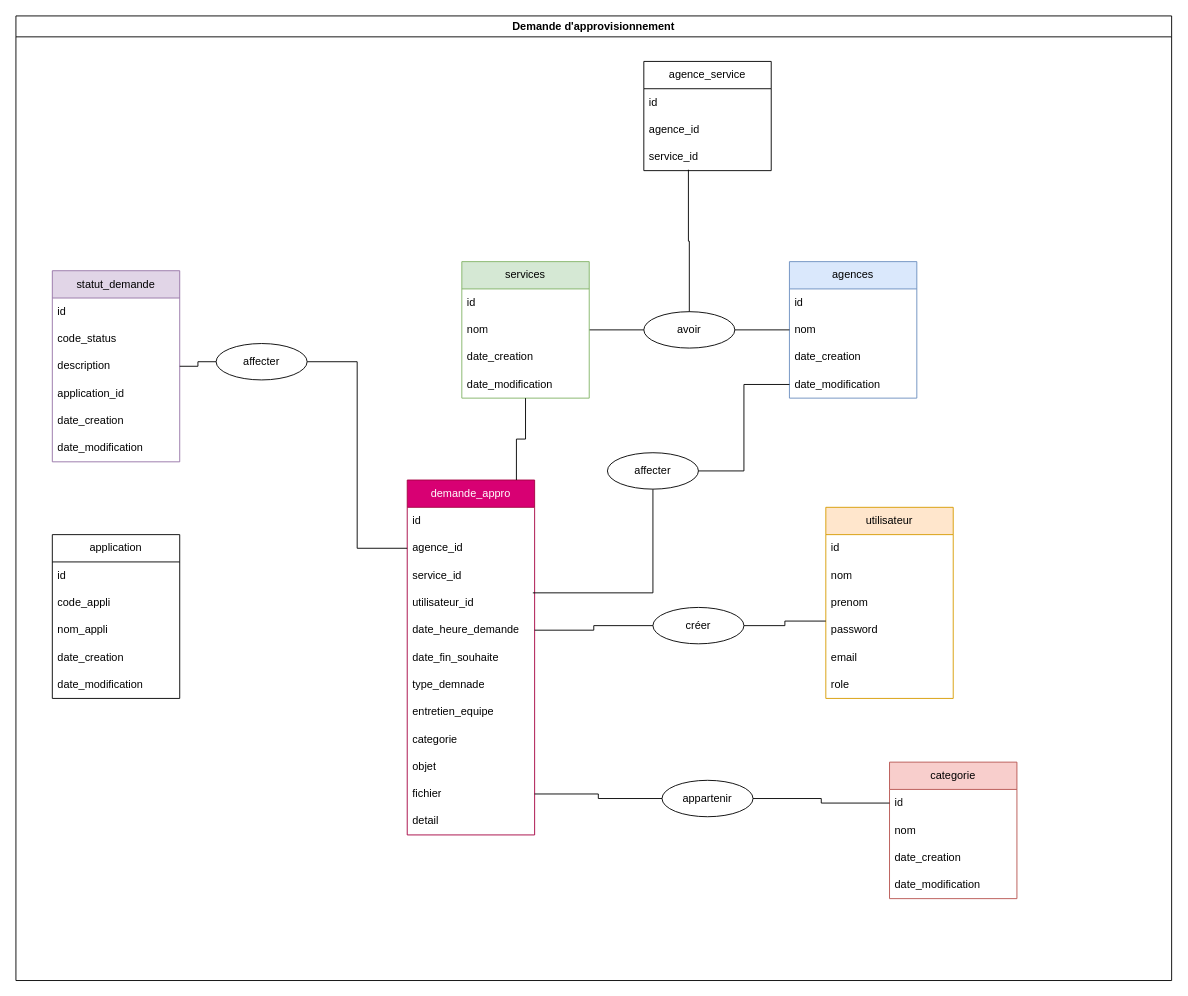
Above: autreFichier/Diagramme sans nom.drawio in Andryrkt/projetMahasambatra (draw.io), before the change. Source tidied: cells renumbered, new cells numbered last; positions are measured from the earlier drawing's top-left corner, leaving out a move shared by most shapes. Both pictures are drawn from the tidied source at 91%, with x=0, y=0 at pixel (15, 15).
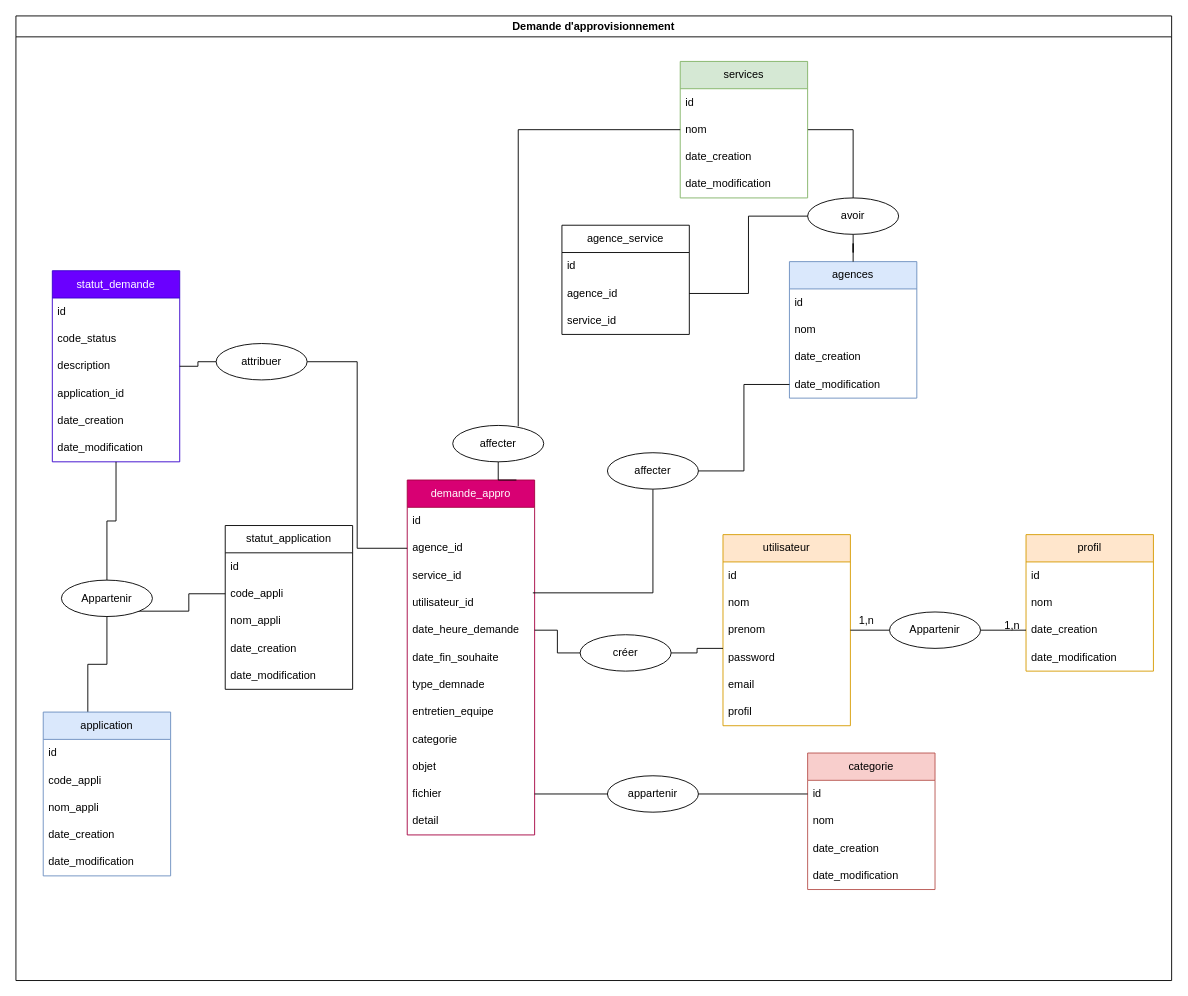
The same page after the edit.

Commit message:
mise en place des relation

Unchanged cells that the change refers to:
```xml
<mxCell id="2" value="Demande d'approvisionnement" style="swimlane;whiteSpace=wrap;html=1;" parent="1" vertex="1">
  <mxGeometry width="1270" height="1060" as="geometry" />
</mxCell>
<mxCell id="3" value="&lt;p class=&quot;MsoNormal&quot;&gt;&lt;span lang=&quot;FR&quot;&gt;demande_appro&lt;/span&gt;&lt;/p&gt;" style="swimlane;fontStyle=0;horizontal=1;startSize=30;whiteSpace=wrap;html=1;fillColor=#d80073;fontColor=#ffffff;strokeColor=#A50040;" parent="2" vertex="1">
  <mxGeometry x="430" y="510" width="140" height="390" as="geometry" />
</mxCell>
<mxCell id="14" value="fichier" style="text;strokeColor=none;fillColor=none;align=left;verticalAlign=middle;spacingLeft=4;spacingRight=4;overflow=hidden;points=[[0,0.5],[1,0.5]];portConstraint=eastwest;whiteSpace=wrap;html=1;" parent="3" vertex="1">
  <mxGeometry y="330" width="140" height="30" as="geometry" />
</mxCell>
<mxCell id="26" value="prenom" style="text;strokeColor=none;fillColor=none;align=left;verticalAlign=middle;spacingLeft=4;spacingRight=4;overflow=hidden;points=[[0,0.5],[1,0.5]];portConstraint=eastwest;whiteSpace=wrap;html=1;" parent="23" vertex="1">
  <mxGeometry y="90" width="140" height="30" as="geometry" />
</mxCell>
<mxCell id="31" value="&lt;p class=&quot;MsoNormal&quot;&gt;&lt;span lang=&quot;FR&quot;&gt;agences&lt;/span&gt;&lt;/p&gt;" style="swimlane;fontStyle=0;horizontal=1;startSize=30;whiteSpace=wrap;html=1;fillColor=#dae8fc;strokeColor=#6c8ebf;" parent="2" vertex="1">
  <mxGeometry x="850" y="270" width="140" height="150" as="geometry" />
</mxCell>
<mxCell id="57" value="agence_id" style="text;strokeColor=none;fillColor=none;align=left;verticalAlign=middle;spacingLeft=4;spacingRight=4;overflow=hidden;points=[[0,0.5],[1,0.5]];portConstraint=eastwest;whiteSpace=wrap;html=1;" parent="55" vertex="1">
  <mxGeometry y="60" width="140" height="30" as="geometry" />
</mxCell>
<mxCell id="58" value="service_id" style="text;strokeColor=none;fillColor=none;align=left;verticalAlign=middle;spacingLeft=4;spacingRight=4;overflow=hidden;points=[[0,0.5],[1,0.5]];portConstraint=eastwest;whiteSpace=wrap;html=1;" parent="55" vertex="1">
  <mxGeometry y="90" width="140" height="30" as="geometry" />
</mxCell>
<mxCell id="65" value="id" style="text;strokeColor=none;fillColor=none;align=left;verticalAlign=middle;spacingLeft=4;spacingRight=4;overflow=hidden;points=[[0,0.5],[1,0.5]];portConstraint=eastwest;whiteSpace=wrap;html=1;" parent="64" vertex="1">
  <mxGeometry y="30" width="140" height="30" as="geometry" />
</mxCell>
```

Change to the diagram source:
```diff
@@
+    <mxCell id="72" style="edgeStyle=orthogonalEdgeStyle;rounded=0;jettySize=auto;html=1;entryX=0.35;entryY=0.022;entryDx=0;entryDy=0;endArrow=none;endFill=0;entryPerimeter=0;" parent="2" edge="1" source="77" target="41">
+      <mxGeometry relative="1" as="geometry" />
+    </mxCell>
-    <mxCell id="16" value="&lt;p class=&quot;MsoNormal&quot;&gt;&lt;span lang=&quot;FR&quot;&gt;statut_demande&lt;/span&gt;&lt;/p&gt;" style="swimlane;fontStyle=0;horizontal=1;startSize=30;whiteSpace=wrap;html=1;fillColor=#e1d5e7;strokeColor=#9673a6;" parent="2" vertex="1">
+    <mxCell id="16" value="&lt;p class=&quot;MsoNormal&quot;&gt;&lt;span lang=&quot;FR&quot;&gt;statut_demande&lt;/span&gt;&lt;/p&gt;" style="swimlane;fontStyle=0;horizontal=1;startSize=30;whiteSpace=wrap;html=1;fillColor=#6a00ff;strokeColor=#3700CC;fontColor=#ffffff;" parent="2" vertex="1">
       <mxGeometry x="40" y="280" width="140" height="210" as="geometry" />
     </mxCell>
@@
     <mxCell id="23" value="&lt;p class=&quot;MsoNormal&quot;&gt;&lt;span lang=&quot;FR&quot;&gt;utilisateur&lt;/span&gt;&lt;/p&gt;" style="swimlane;fontStyle=0;horizontal=1;startSize=30;whiteSpace=wrap;html=1;fillColor=#ffe6cc;strokeColor=#d79b00;" parent="2" vertex="1">
-      <mxGeometry x="890" y="540" width="140" height="210" as="geometry" />
+      <mxGeometry x="777" y="570" width="140" height="210" as="geometry" />
     </mxCell>
@@
-    <mxCell id="29" value="role" style="text;strokeColor=none;fillColor=none;align=left;verticalAlign=middle;spacingLeft=4;spacingRight=4;overflow=hidden;whiteSpace=wrap;html=1;" parent="23" vertex="1">
+    <mxCell id="29" value="profil" style="text;strokeColor=none;fillColor=none;align=left;verticalAlign=middle;spacingLeft=4;spacingRight=4;overflow=hidden;whiteSpace=wrap;html=1;" parent="23" vertex="1">
       <mxGeometry y="180" width="140" height="30" as="geometry" />
     </mxCell>
@@
     <mxCell id="36" value="&lt;p class=&quot;MsoNormal&quot;&gt;&lt;span lang=&quot;FR&quot;&gt;services&lt;/span&gt;&lt;/p&gt;" style="swimlane;fontStyle=0;horizontal=1;startSize=30;whiteSpace=wrap;html=1;fillColor=#d5e8d4;strokeColor=#82b366;" parent="2" vertex="1">
-      <mxGeometry x="490" y="270" width="140" height="150" as="geometry" />
+      <mxGeometry x="730" y="50" width="140" height="150" as="geometry" />
     </mxCell>
@@
-    <mxCell id="41" value="&lt;p class=&quot;MsoNormal&quot;&gt;&lt;span lang=&quot;FR&quot;&gt;application&lt;/span&gt;&lt;/p&gt;" style="swimlane;fontStyle=0;horizontal=1;startSize=30;whiteSpace=wrap;html=1;" parent="2" vertex="1">
-      <mxGeometry x="40" y="570" width="140" height="180" as="geometry" />
-    </mxCell>
-    <mxCell id="42" value="id" style="text;strokeColor=none;fillColor=none;align=left;verticalAlign=middle;spacingLeft=4;spacingRight=4;overflow=hidden;whiteSpace=wrap;html=1;" parent="41" vertex="1">
-      <mxGeometry y="30" width="140" height="30" as="geometry" />
-    </mxCell>
-    <mxCell id="43" value="code_appli" style="text;strokeColor=none;fillColor=none;align=left;verticalAlign=middle;spacingLeft=4;spacingRight=4;overflow=hidden;whiteSpace=wrap;html=1;" parent="41" vertex="1">
-      <mxGeometry y="60" width="140" height="30" as="geometry" />
-    </mxCell>
-    <mxCell id="44" value="nom_appli" style="text;strokeColor=none;fillColor=none;align=left;verticalAlign=middle;spacingLeft=4;spacingRight=4;overflow=hidden;whiteSpace=wrap;html=1;" parent="41" vertex="1">
-      <mxGeometry y="90" width="140" height="30" as="geometry" />
-    </mxCell>
-    <mxCell id="45" value="date_creation" style="text;strokeColor=none;fillColor=none;align=left;verticalAlign=middle;spacingLeft=4;spacingRight=4;overflow=hidden;whiteSpace=wrap;html=1;" parent="41" vertex="1">
-      <mxGeometry y="120" width="140" height="30" as="geometry" />
-    </mxCell>
-    <mxCell id="46" value="date_modification" style="text;strokeColor=none;fillColor=none;align=left;verticalAlign=middle;spacingLeft=4;spacingRight=4;overflow=hidden;whiteSpace=wrap;html=1;" parent="41" vertex="1">
-      <mxGeometry y="150" width="140" height="30" as="geometry" />
-    </mxCell>
-    <mxCell id="47" style="edgeStyle=orthogonalEdgeStyle;rounded=0;jettySize=auto;html=1;entryX=1;entryY=0.5;entryDx=0;entryDy=0;endArrow=none;endFill=0;" parent="2" edge="1" source="31" target="48">
+    <mxCell id="47" style="edgeStyle=orthogonalEdgeStyle;rounded=0;jettySize=auto;html=1;entryX=0.5;entryY=1;entryDx=0;entryDy=0;endArrow=none;endFill=0;" parent="2" edge="1" source="31" target="48">
       <mxGeometry relative="1" as="geometry" />
     </mxCell>
     <mxCell id="48" value="avoir" style="ellipse;whiteSpace=wrap;html=1;align=center;" parent="2" vertex="1">
-      <mxGeometry x="690" y="325" width="100" height="40" as="geometry" />
+      <mxGeometry x="870" y="200" width="100" height="40" as="geometry" />
     </mxCell>
@@
-    <mxCell id="51" value="affecter" style="ellipse;whiteSpace=wrap;html=1;align=center;" parent="2" vertex="1">
+    <mxCell id="51" value="attribuer" style="ellipse;whiteSpace=wrap;html=1;align=center;" parent="2" vertex="1">
       <mxGeometry x="220" y="360" width="100" height="40" as="geometry" />
     </mxCell>
@@
     <mxCell id="54" value="créer" style="ellipse;whiteSpace=wrap;html=1;align=center;" parent="2" vertex="1">
-      <mxGeometry x="700" y="650" width="100" height="40" as="geometry" />
+      <mxGeometry x="620" y="680" width="100" height="40" as="geometry" />
     </mxCell>
     <mxCell id="55" value="&lt;p class=&quot;MsoNormal&quot;&gt;&lt;span lang=&quot;FR&quot;&gt;agence_service&lt;/span&gt;&lt;/p&gt;" style="swimlane;fontStyle=0;horizontal=1;startSize=30;whiteSpace=wrap;html=1;" parent="2" vertex="1">
-      <mxGeometry x="690" y="50" width="140" height="120" as="geometry" />
+      <mxGeometry x="600" y="230" width="140" height="120" as="geometry" />
     </mxCell>
@@
-    <mxCell id="59" style="edgeStyle=orthogonalEdgeStyle;rounded=0;jettySize=auto;html=1;exitX=0.5;exitY=0;exitDx=0;exitDy=0;entryX=0.35;entryY=0.967;entryDx=0;entryDy=0;entryPerimeter=0;endArrow=none;endFill=0;" parent="2" edge="1" source="48" target="58">
+    <mxCell id="59" style="edgeStyle=orthogonalEdgeStyle;rounded=0;jettySize=auto;html=1;exitX=0;exitY=0.5;exitDx=0;exitDy=0;entryX=1;entryY=0.5;entryDx=0;entryDy=0;endArrow=none;endFill=0;" parent="2" edge="1" source="48" target="57">
       <mxGeometry relative="1" as="geometry" />
     </mxCell>
@@
-    <mxCell id="63" style="edgeStyle=orthogonalEdgeStyle;rounded=0;jettySize=auto;html=1;entryX=0.857;entryY=0;entryDx=0;entryDy=0;entryPerimeter=0;endArrow=none;endFill=0;" parent="2" edge="1" source="36" target="3">
+    <mxCell id="63" style="edgeStyle=orthogonalEdgeStyle;rounded=0;jettySize=auto;html=1;entryX=0.857;entryY=0;entryDx=0;entryDy=0;entryPerimeter=0;endArrow=none;endFill=0;" parent="2" edge="1" source="73" target="3">
       <mxGeometry relative="1" as="geometry" />
     </mxCell>
+    <mxCell id="73" value="affecter" style="ellipse;whiteSpace=wrap;html=1;align=center;" parent="2" vertex="1">
+      <mxGeometry x="480" y="450" width="100" height="40" as="geometry" />
+    </mxCell>
+    <mxCell id="74" style="edgeStyle=orthogonalEdgeStyle;rounded=0;jettySize=auto;html=1;entryX=0.72;entryY=0.025;entryDx=0;entryDy=0;entryPerimeter=0;endArrow=none;endFill=0;" parent="2" edge="1" source="36" target="73">
+      <mxGeometry relative="1" as="geometry" />
+    </mxCell>
+    <mxCell id="75" style="edgeStyle=orthogonalEdgeStyle;rounded=0;jettySize=auto;html=1;entryX=0.5;entryY=0;entryDx=0;entryDy=0;endArrow=none;endFill=0;" parent="2" edge="1" source="16" target="77">
+      <mxGeometry relative="1" as="geometry" />
+    </mxCell>
+    <mxCell id="76" style="edgeStyle=orthogonalEdgeStyle;rounded=0;jettySize=auto;html=1;exitX=0;exitY=1;exitDx=0;exitDy=0;entryX=0;entryY=0.5;entryDx=0;entryDy=0;endArrow=none;endFill=0;" parent="2" edge="1" source="77" target="80">
+      <mxGeometry relative="1" as="geometry" />
+    </mxCell>
+    <mxCell id="77" value="Appartenir" style="ellipse;whiteSpace=wrap;html=1;align=center;" parent="2" vertex="1">
+      <mxGeometry x="50" y="620" width="100" height="40" as="geometry" />
+    </mxCell>
+    <mxCell id="78" value="&lt;p class=&quot;MsoNormal&quot;&gt;&lt;span lang=&quot;FR&quot;&gt;statut_application&lt;/span&gt;&lt;/p&gt;" style="swimlane;fontStyle=0;horizontal=1;startSize=30;whiteSpace=wrap;html=1;" parent="2" vertex="1">
+      <mxGeometry x="230" y="560" width="140" height="180" as="geometry" />
+    </mxCell>
+    <mxCell id="79" value="id" style="text;strokeColor=none;fillColor=none;align=left;verticalAlign=middle;spacingLeft=4;spacingRight=4;overflow=hidden;whiteSpace=wrap;html=1;" parent="78" vertex="1">
+      <mxGeometry y="30" width="140" height="30" as="geometry" />
+    </mxCell>
+    <mxCell id="80" value="code_appli" style="text;strokeColor=none;fillColor=none;align=left;verticalAlign=middle;spacingLeft=4;spacingRight=4;overflow=hidden;points=[[0,0.5],[1,0.5]];portConstraint=eastwest;whiteSpace=wrap;html=1;" parent="78" vertex="1">
+      <mxGeometry y="60" width="140" height="30" as="geometry" />
+    </mxCell>
+    <mxCell id="81" value="nom_appli" style="text;strokeColor=none;fillColor=none;align=left;verticalAlign=middle;spacingLeft=4;spacingRight=4;overflow=hidden;whiteSpace=wrap;html=1;" parent="78" vertex="1">
+      <mxGeometry y="90" width="140" height="30" as="geometry" />
+    </mxCell>
+    <mxCell id="82" value="date_creation" style="text;strokeColor=none;fillColor=none;align=left;verticalAlign=middle;spacingLeft=4;spacingRight=4;overflow=hidden;whiteSpace=wrap;html=1;" parent="78" vertex="1">
+      <mxGeometry y="120" width="140" height="30" as="geometry" />
+    </mxCell>
+    <mxCell id="83" value="date_modification" style="text;strokeColor=none;fillColor=none;align=left;verticalAlign=middle;spacingLeft=4;spacingRight=4;overflow=hidden;whiteSpace=wrap;html=1;" parent="78" vertex="1">
+      <mxGeometry y="150" width="140" height="30" as="geometry" />
+    </mxCell>
+    <mxCell id="70" value="appartenir" style="ellipse;whiteSpace=wrap;html=1;align=center;" parent="2" vertex="1">
+      <mxGeometry x="650" y="835" width="100" height="40" as="geometry" />
+    </mxCell>
+    <mxCell id="71" style="edgeStyle=orthogonalEdgeStyle;rounded=0;jettySize=auto;html=1;entryX=0;entryY=0.5;entryDx=0;entryDy=0;endArrow=none;endFill=0;exitX=1;exitY=0.5;exitDx=0;exitDy=0;" parent="2" edge="1" source="14" target="70">
+      <mxGeometry relative="1" as="geometry" />
+    </mxCell>
-    <mxCell id="64" value="&lt;p class=&quot;MsoNormal&quot;&gt;&lt;span lang=&quot;FR&quot;&gt;categorie&lt;/span&gt;&lt;/p&gt;" style="swimlane;fontStyle=0;horizontal=1;startSize=30;whiteSpace=wrap;html=1;fillColor=#f8cecc;strokeColor=#b85450;" parent="1" vertex="1">
-      <mxGeometry x="960" y="820" width="140" height="150" as="geometry" />
+    <mxCell id="64" value="&lt;p class=&quot;MsoNormal&quot;&gt;&lt;span lang=&quot;FR&quot;&gt;categorie&lt;/span&gt;&lt;/p&gt;" style="swimlane;fontStyle=0;horizontal=1;startSize=30;whiteSpace=wrap;html=1;fillColor=#f8cecc;strokeColor=#b85450;" parent="2" vertex="1">
+      <mxGeometry x="870" y="810" width="140" height="150" as="geometry" />
     </mxCell>
@@
-    <mxCell id="69" style="edgeStyle=orthogonalEdgeStyle;rounded=0;jettySize=auto;html=1;entryX=0;entryY=0.5;entryDx=0;entryDy=0;endArrow=none;endFill=0;" parent="1" edge="1" source="70" target="65">
+    <mxCell id="69" style="edgeStyle=orthogonalEdgeStyle;rounded=0;jettySize=auto;html=1;entryX=0;entryY=0.5;entryDx=0;entryDy=0;endArrow=none;endFill=0;" parent="2" edge="1" source="70" target="65">
       <mxGeometry relative="1" as="geometry" />
     </mxCell>
-    <mxCell id="70" value="appartenir" style="ellipse;whiteSpace=wrap;html=1;align=center;" parent="1" vertex="1">
-      <mxGeometry x="710" y="840" width="100" height="40" as="geometry" />
-    </mxCell>
-    <mxCell id="71" style="edgeStyle=orthogonalEdgeStyle;rounded=0;jettySize=auto;html=1;entryX=0;entryY=0.5;entryDx=0;entryDy=0;endArrow=none;endFill=0;exitX=1;exitY=0.5;exitDx=0;exitDy=0;" parent="1" edge="1" source="14" target="70">
-      <mxGeometry relative="1" as="geometry" />
-    </mxCell>
+    <mxCell id="41" value="&lt;p class=&quot;MsoNormal&quot;&gt;&lt;span lang=&quot;FR&quot;&gt;application&lt;/span&gt;&lt;/p&gt;" style="swimlane;fontStyle=0;horizontal=1;startSize=30;whiteSpace=wrap;html=1;fillColor=#dae8fc;strokeColor=#6c8ebf;" parent="2" vertex="1">
+      <mxGeometry x="30" y="765" width="140" height="180" as="geometry" />
+    </mxCell>
+    <mxCell id="42" value="id" style="text;strokeColor=none;fillColor=none;align=left;verticalAlign=middle;spacingLeft=4;spacingRight=4;overflow=hidden;whiteSpace=wrap;html=1;" parent="41" vertex="1">
+      <mxGeometry y="30" width="140" height="30" as="geometry" />
+    </mxCell>
+    <mxCell id="43" value="code_appli" style="text;strokeColor=none;fillColor=none;align=left;verticalAlign=middle;spacingLeft=4;spacingRight=4;overflow=hidden;whiteSpace=wrap;html=1;" parent="41" vertex="1">
+      <mxGeometry y="60" width="140" height="30" as="geometry" />
+    </mxCell>
+    <mxCell id="44" value="nom_appli" style="text;strokeColor=none;fillColor=none;align=left;verticalAlign=middle;spacingLeft=4;spacingRight=4;overflow=hidden;whiteSpace=wrap;html=1;" parent="41" vertex="1">
+      <mxGeometry y="90" width="140" height="30" as="geometry" />
+    </mxCell>
+    <mxCell id="45" value="date_creation" style="text;strokeColor=none;fillColor=none;align=left;verticalAlign=middle;spacingLeft=4;spacingRight=4;overflow=hidden;whiteSpace=wrap;html=1;" parent="41" vertex="1">
+      <mxGeometry y="120" width="140" height="30" as="geometry" />
+    </mxCell>
+    <mxCell id="46" value="date_modification" style="text;strokeColor=none;fillColor=none;align=left;verticalAlign=middle;spacingLeft=4;spacingRight=4;overflow=hidden;whiteSpace=wrap;html=1;" parent="41" vertex="1">
+      <mxGeometry y="150" width="140" height="30" as="geometry" />
+    </mxCell>
+    <mxCell id="84" value="&lt;p class=&quot;MsoNormal&quot;&gt;&lt;span lang=&quot;FR&quot;&gt;profil&lt;/span&gt;&lt;/p&gt;" style="swimlane;fontStyle=0;horizontal=1;startSize=30;whiteSpace=wrap;html=1;fillColor=#ffe6cc;strokeColor=#d79b00;" parent="2" vertex="1">
+      <mxGeometry x="1110" y="570" width="140" height="150" as="geometry" />
+    </mxCell>
+    <mxCell id="85" value="id" style="text;strokeColor=none;fillColor=none;align=left;verticalAlign=middle;spacingLeft=4;spacingRight=4;overflow=hidden;whiteSpace=wrap;html=1;" parent="84" vertex="1">
+      <mxGeometry y="30" width="140" height="30" as="geometry" />
+    </mxCell>
+    <mxCell id="86" value="nom" style="text;strokeColor=none;fillColor=none;align=left;verticalAlign=middle;spacingLeft=4;spacingRight=4;overflow=hidden;whiteSpace=wrap;html=1;" parent="84" vertex="1">
+      <mxGeometry y="60" width="140" height="30" as="geometry" />
+    </mxCell>
+    <mxCell id="87" value="date_creation" style="text;strokeColor=none;fillColor=none;align=left;verticalAlign=middle;spacingLeft=4;spacingRight=4;overflow=hidden;points=[[0,0.5],[1,0.5]];portConstraint=eastwest;whiteSpace=wrap;html=1;" parent="84" vertex="1">
+      <mxGeometry y="90" width="140" height="30" as="geometry" />
+    </mxCell>
+    <mxCell id="88" value="date_modification" style="text;strokeColor=none;fillColor=none;align=left;verticalAlign=middle;spacingLeft=4;spacingRight=4;overflow=hidden;whiteSpace=wrap;html=1;" parent="84" vertex="1">
+      <mxGeometry y="120" width="140" height="30" as="geometry" />
+    </mxCell>
+    <mxCell id="89" style="edgeStyle=orthogonalEdgeStyle;rounded=0;jettySize=auto;html=1;entryX=0;entryY=0.5;entryDx=0;entryDy=0;endArrow=none;endFill=0;" parent="2" edge="1" source="91" target="87">
+      <mxGeometry relative="1" as="geometry" />
+    </mxCell>
+    <mxCell id="90" style="edgeStyle=orthogonalEdgeStyle;rounded=0;jettySize=auto;html=1;entryX=0;entryY=0.5;entryDx=0;entryDy=0;endArrow=none;endFill=0;" parent="2" edge="1" source="26" target="91">
+      <mxGeometry relative="1" as="geometry" />
+    </mxCell>
+    <mxCell id="91" value="Appartenir" style="ellipse;whiteSpace=wrap;html=1;align=center;" parent="2" vertex="1">
+      <mxGeometry x="960" y="655" width="100" height="40" as="geometry" />
+    </mxCell>
+    <mxCell id="92" value="1,n" style="text;html=1;strokeColor=none;fillColor=none;align=center;verticalAlign=middle;whiteSpace=wrap;overflow=hidden;" parent="2" vertex="1">
+      <mxGeometry x="910" y="655" width="50" height="20" as="geometry" />
+    </mxCell>
+    <mxCell id="93" value="1,n" style="text;html=1;strokeColor=none;fillColor=none;align=center;verticalAlign=middle;whiteSpace=wrap;overflow=hidden;" parent="2" vertex="1">
+      <mxGeometry x="1070" y="660" width="50" height="20" as="geometry" />
+    </mxCell>
```
